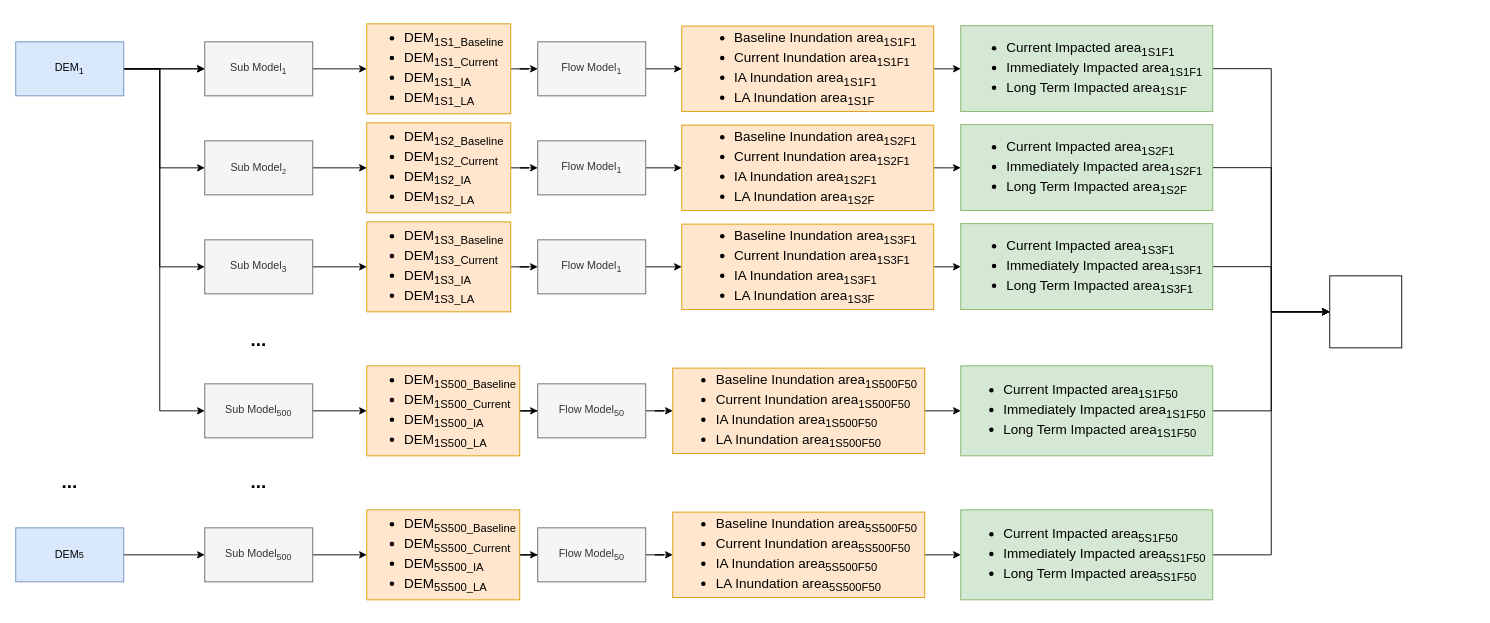
Office-of-Groundwater-Impact-Assessment/ogialibs keeps this draw.io diagram as Untitled Diagram.drawio. Above is the earlier version. Source tidied: cells renumbered, new cells numbered last; positions are measured from the earlier drawing's top-left corner, leaving out a move shared by most shapes. Both pictures are drawn from the tidied source at 90%, with x=0, y=0 at pixel (15, 23).
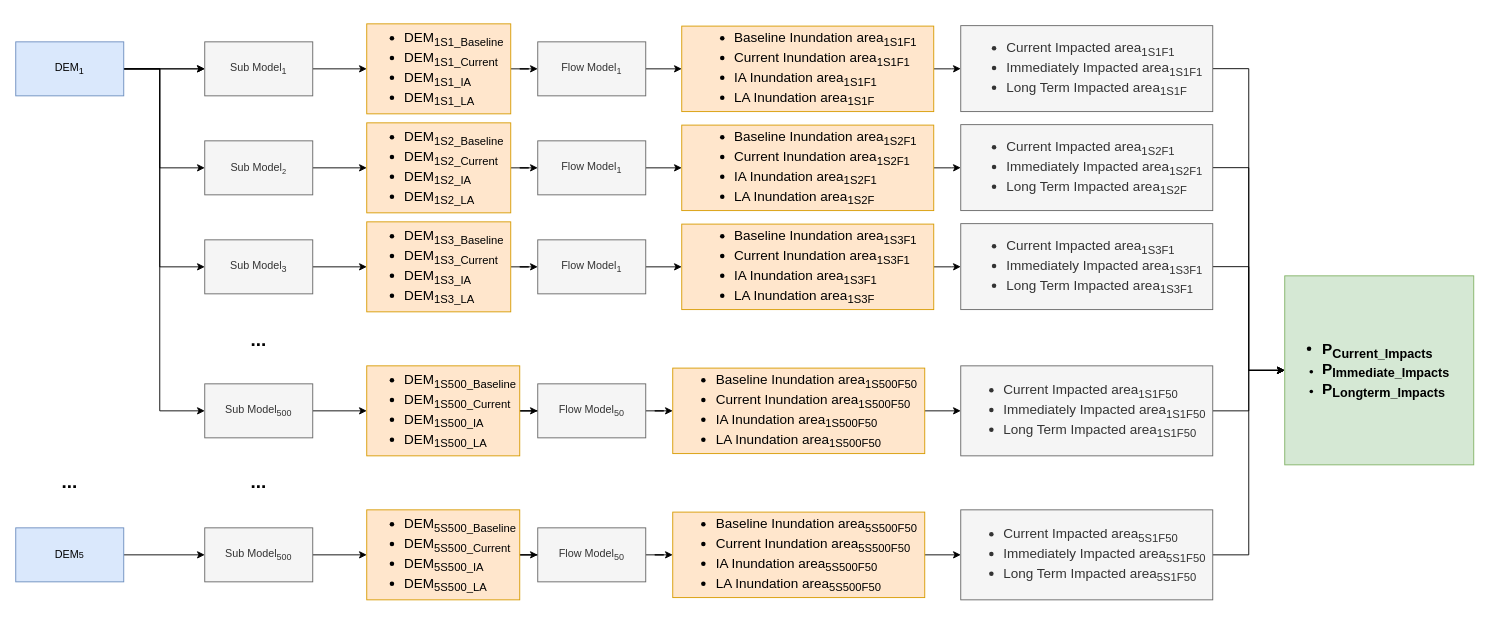
The same page after the edit.

The edit, as a diff of the source:
```diff
@@
-    <mxCell id="42" value="&lt;ul style=&quot;border-color: var(--border-color); font-size: 15px;&quot;&gt;&lt;li style=&quot;border-color: var(--border-color); text-align: left;&quot;&gt;Current Impacted area&lt;sub style=&quot;border-color: var(--border-color);&quot;&gt;1S1F1&lt;/sub&gt;&lt;/li&gt;&lt;li style=&quot;border-color: var(--border-color); text-align: left;&quot;&gt;Immediately Impacted area&lt;sub style=&quot;border-color: var(--border-color);&quot;&gt;1S1F1&lt;/sub&gt;&lt;/li&gt;&lt;li style=&quot;text-align: left; border-color: var(--border-color);&quot;&gt;Long Term Impacted area&lt;sub style=&quot;border-color: var(--border-color);&quot;&gt;1S1F&lt;/sub&gt;&lt;/li&gt;&lt;/ul&gt;" style="whiteSpace=wrap;html=1;align=center;fillColor=#d5e8d4;strokeColor=#82b366;rounded=0;" parent="1" vertex="1">
+    <mxCell id="42" value="&lt;ul style=&quot;border-color: var(--border-color); font-size: 15px;&quot;&gt;&lt;li style=&quot;border-color: var(--border-color); text-align: left;&quot;&gt;Current Impacted area&lt;sub style=&quot;border-color: var(--border-color);&quot;&gt;1S1F1&lt;/sub&gt;&lt;/li&gt;&lt;li style=&quot;border-color: var(--border-color); text-align: left;&quot;&gt;Immediately Impacted area&lt;sub style=&quot;border-color: var(--border-color);&quot;&gt;1S1F1&lt;/sub&gt;&lt;/li&gt;&lt;li style=&quot;text-align: left; border-color: var(--border-color);&quot;&gt;Long Term Impacted area&lt;sub style=&quot;border-color: var(--border-color);&quot;&gt;1S1F&lt;/sub&gt;&lt;/li&gt;&lt;/ul&gt;" style="whiteSpace=wrap;html=1;align=center;fillColor=#f5f5f5;strokeColor=#666666;rounded=0;fontColor=#333333;" parent="1" vertex="1">
       <mxGeometry x="1050" y="2" width="280" height="95.5" as="geometry" />
     </mxCell>
@@
-    <mxCell id="44" value="&lt;ul style=&quot;border-color: var(--border-color); font-size: 15px;&quot;&gt;&lt;li style=&quot;border-color: var(--border-color); text-align: left;&quot;&gt;Current Impacted area&lt;sub style=&quot;border-color: var(--border-color);&quot;&gt;1S2F1&lt;/sub&gt;&lt;/li&gt;&lt;li style=&quot;border-color: var(--border-color); text-align: left;&quot;&gt;Immediately Impacted area&lt;sub style=&quot;border-color: var(--border-color);&quot;&gt;1S2F1&lt;/sub&gt;&lt;/li&gt;&lt;li style=&quot;text-align: left; border-color: var(--border-color);&quot;&gt;Long Term Impacted area&lt;sub style=&quot;border-color: var(--border-color);&quot;&gt;1S2F&lt;/sub&gt;&lt;/li&gt;&lt;/ul&gt;" style="whiteSpace=wrap;html=1;align=center;fillColor=#d5e8d4;strokeColor=#82b366;rounded=0;" parent="1" vertex="1">
+    <mxCell id="44" value="&lt;ul style=&quot;border-color: var(--border-color); font-size: 15px;&quot;&gt;&lt;li style=&quot;border-color: var(--border-color); text-align: left;&quot;&gt;Current Impacted area&lt;sub style=&quot;border-color: var(--border-color);&quot;&gt;1S2F1&lt;/sub&gt;&lt;/li&gt;&lt;li style=&quot;border-color: var(--border-color); text-align: left;&quot;&gt;Immediately Impacted area&lt;sub style=&quot;border-color: var(--border-color);&quot;&gt;1S2F1&lt;/sub&gt;&lt;/li&gt;&lt;li style=&quot;text-align: left; border-color: var(--border-color);&quot;&gt;Long Term Impacted area&lt;sub style=&quot;border-color: var(--border-color);&quot;&gt;1S2F&lt;/sub&gt;&lt;/li&gt;&lt;/ul&gt;" style="whiteSpace=wrap;html=1;align=center;fillColor=#f5f5f5;strokeColor=#666666;rounded=0;fontColor=#333333;" parent="1" vertex="1">
       <mxGeometry x="1050" y="112" width="280" height="95.5" as="geometry" />
     </mxCell>
@@
-    <mxCell id="46" value="&lt;ul style=&quot;border-color: var(--border-color); font-size: 15px;&quot;&gt;&lt;li style=&quot;border-color: var(--border-color); text-align: left;&quot;&gt;Current Impacted area&lt;sub style=&quot;border-color: var(--border-color);&quot;&gt;1S3F1&lt;/sub&gt;&lt;/li&gt;&lt;li style=&quot;border-color: var(--border-color); text-align: left;&quot;&gt;Immediately Impacted area&lt;sub style=&quot;border-color: var(--border-color);&quot;&gt;1S3F1&lt;/sub&gt;&lt;/li&gt;&lt;li style=&quot;text-align: left; border-color: var(--border-color);&quot;&gt;Long Term Impacted area&lt;sub style=&quot;border-color: var(--border-color);&quot;&gt;1S3F1&lt;/sub&gt;&lt;/li&gt;&lt;/ul&gt;" style="whiteSpace=wrap;html=1;align=center;fillColor=#d5e8d4;strokeColor=#82b366;rounded=0;" parent="1" vertex="1">
+    <mxCell id="46" value="&lt;ul style=&quot;border-color: var(--border-color); font-size: 15px;&quot;&gt;&lt;li style=&quot;border-color: var(--border-color); text-align: left;&quot;&gt;Current Impacted area&lt;sub style=&quot;border-color: var(--border-color);&quot;&gt;1S3F1&lt;/sub&gt;&lt;/li&gt;&lt;li style=&quot;border-color: var(--border-color); text-align: left;&quot;&gt;Immediately Impacted area&lt;sub style=&quot;border-color: var(--border-color);&quot;&gt;1S3F1&lt;/sub&gt;&lt;/li&gt;&lt;li style=&quot;text-align: left; border-color: var(--border-color);&quot;&gt;Long Term Impacted area&lt;sub style=&quot;border-color: var(--border-color);&quot;&gt;1S3F1&lt;/sub&gt;&lt;/li&gt;&lt;/ul&gt;" style="whiteSpace=wrap;html=1;align=center;fillColor=#f5f5f5;strokeColor=#666666;rounded=0;fontColor=#333333;" parent="1" vertex="1">
       <mxGeometry x="1050" y="222" width="280" height="95.5" as="geometry" />
     </mxCell>
@@
-    <mxCell id="48" value="&lt;ul style=&quot;border-color: var(--border-color); font-size: 15px;&quot;&gt;&lt;li style=&quot;border-color: var(--border-color); text-align: left;&quot;&gt;Current Impacted area&lt;sub style=&quot;border-color: var(--border-color);&quot;&gt;1S1F50&lt;/sub&gt;&lt;/li&gt;&lt;li style=&quot;border-color: var(--border-color); text-align: left;&quot;&gt;Immediately Impacted area&lt;sub style=&quot;border-color: var(--border-color);&quot;&gt;1S1F50&lt;/sub&gt;&lt;/li&gt;&lt;li style=&quot;text-align: left; border-color: var(--border-color);&quot;&gt;Long Term Impacted area&lt;sub style=&quot;border-color: var(--border-color);&quot;&gt;1S1F50&lt;/sub&gt;&lt;/li&gt;&lt;/ul&gt;" style="whiteSpace=wrap;html=1;align=center;fillColor=#d5e8d4;strokeColor=#82b366;rounded=0;" parent="1" vertex="1">
+    <mxCell id="48" value="&lt;ul style=&quot;border-color: var(--border-color); font-size: 15px;&quot;&gt;&lt;li style=&quot;border-color: var(--border-color); text-align: left;&quot;&gt;Current Impacted area&lt;sub style=&quot;border-color: var(--border-color);&quot;&gt;1S1F50&lt;/sub&gt;&lt;/li&gt;&lt;li style=&quot;border-color: var(--border-color); text-align: left;&quot;&gt;Immediately Impacted area&lt;sub style=&quot;border-color: var(--border-color);&quot;&gt;1S1F50&lt;/sub&gt;&lt;/li&gt;&lt;li style=&quot;text-align: left; border-color: var(--border-color);&quot;&gt;Long Term Impacted area&lt;sub style=&quot;border-color: var(--border-color);&quot;&gt;1S1F50&lt;/sub&gt;&lt;/li&gt;&lt;/ul&gt;" style="whiteSpace=wrap;html=1;align=center;fillColor=#f5f5f5;strokeColor=#666666;rounded=0;fontColor=#333333;" parent="1" vertex="1">
       <mxGeometry x="1050" y="380" width="280" height="100" as="geometry" />
     </mxCell>
-    <mxCell id="49" style="whiteSpace=wrap;html=1;" parent="1" vertex="1">
-      <mxGeometry x="1460" y="280" width="80" height="80" as="geometry" />
+    <mxCell id="49" value="&lt;ul style=&quot;&quot;&gt;&lt;li style=&quot;font-size: 17px;&quot;&gt;&lt;b&gt;P&lt;/b&gt;&lt;sub style=&quot;font-size: 14px;&quot;&gt;&lt;b style=&quot;&quot;&gt;C&lt;span style=&quot;&quot;&gt;urrent_Impacts&lt;/span&gt;&lt;/b&gt;&lt;/sub&gt;&lt;/li&gt;&lt;li style=&quot;border-color: var(--border-color);&quot;&gt;&lt;b style=&quot;border-color: var(--border-color);&quot;&gt;&lt;span style=&quot;font-size: 17px;&quot;&gt;P&lt;/span&gt;&lt;sub style=&quot;border-color: var(--border-color);&quot;&gt;&lt;font style=&quot;font-size: 14px;&quot;&gt;Immediate_Impacts&lt;/font&gt;&lt;/sub&gt;&lt;/b&gt;&lt;/li&gt;&lt;li style=&quot;border-color: var(--border-color);&quot;&gt;&lt;b style=&quot;border-color: var(--border-color);&quot;&gt;&lt;span style=&quot;font-size: 17px;&quot;&gt;P&lt;/span&gt;&lt;sub style=&quot;border-color: var(--border-color);&quot;&gt;&lt;font style=&quot;font-size: 14px;&quot;&gt;Longterm_Impacts&lt;/font&gt;&lt;/sub&gt;&lt;/b&gt;&lt;/li&gt;&lt;/ul&gt;" style="whiteSpace=wrap;html=1;align=left;fillColor=#d5e8d4;strokeColor=#82b366;" parent="1" vertex="1">
+      <mxGeometry x="1410" y="280" width="210" height="210" as="geometry" />
     </mxCell>
@@
-    <mxCell id="60" value="&lt;ul style=&quot;border-color: var(--border-color); font-size: 15px;&quot;&gt;&lt;li style=&quot;border-color: var(--border-color); text-align: left;&quot;&gt;Current Impacted area&lt;sub style=&quot;border-color: var(--border-color);&quot;&gt;5S1F50&lt;/sub&gt;&lt;/li&gt;&lt;li style=&quot;border-color: var(--border-color); text-align: left;&quot;&gt;Immediately Impacted area&lt;sub style=&quot;border-color: var(--border-color);&quot;&gt;5S1F50&lt;/sub&gt;&lt;/li&gt;&lt;li style=&quot;text-align: left; border-color: var(--border-color);&quot;&gt;Long Term Impacted area&lt;sub style=&quot;border-color: var(--border-color);&quot;&gt;5S1F50&lt;/sub&gt;&lt;/li&gt;&lt;/ul&gt;" style="whiteSpace=wrap;html=1;align=center;fillColor=#d5e8d4;strokeColor=#82b366;rounded=0;" parent="1" vertex="1">
+    <mxCell id="60" value="&lt;ul style=&quot;border-color: var(--border-color); font-size: 15px;&quot;&gt;&lt;li style=&quot;border-color: var(--border-color); text-align: left;&quot;&gt;Current Impacted area&lt;sub style=&quot;border-color: var(--border-color);&quot;&gt;5S1F50&lt;/sub&gt;&lt;/li&gt;&lt;li style=&quot;border-color: var(--border-color); text-align: left;&quot;&gt;Immediately Impacted area&lt;sub style=&quot;border-color: var(--border-color);&quot;&gt;5S1F50&lt;/sub&gt;&lt;/li&gt;&lt;li style=&quot;text-align: left; border-color: var(--border-color);&quot;&gt;Long Term Impacted area&lt;sub style=&quot;border-color: var(--border-color);&quot;&gt;5S1F50&lt;/sub&gt;&lt;/li&gt;&lt;/ul&gt;" style="whiteSpace=wrap;html=1;align=center;fillColor=#f5f5f5;strokeColor=#666666;rounded=0;fontColor=#333333;" parent="1" vertex="1">
       <mxGeometry x="1050" y="540" width="280" height="100" as="geometry" />
     </mxCell>
```
